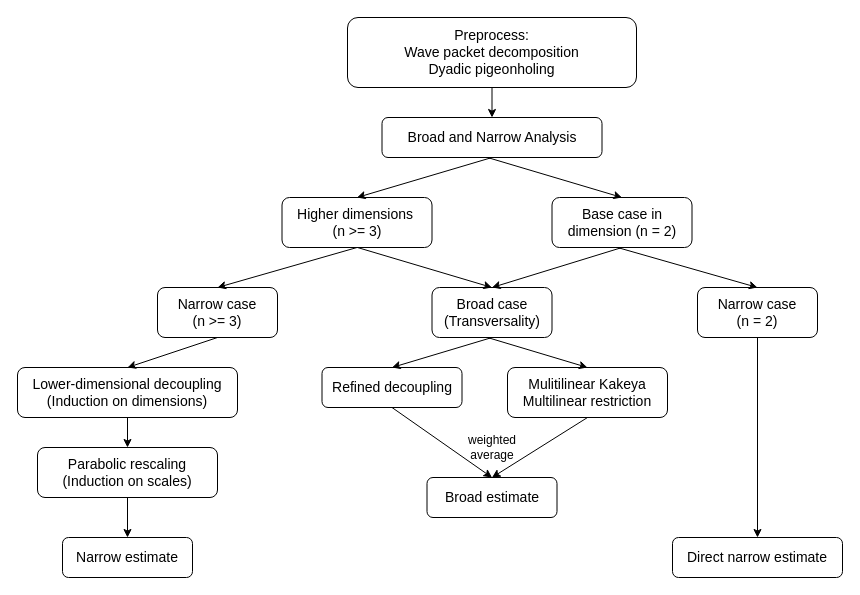
lucid-sleepwalker/CPSC-210-Diagram keeps this draw.io diagram as Untitled Diagram.drawio. Above is the earlier version. Source tidied: cells renumbered, new cells numbered last; positions are measured from the earlier drawing's top-left corner, leaving out a move shared by most shapes. Both pictures are drawn from the tidied source at 100%, with x=0, y=0 at pixel (17, 17).
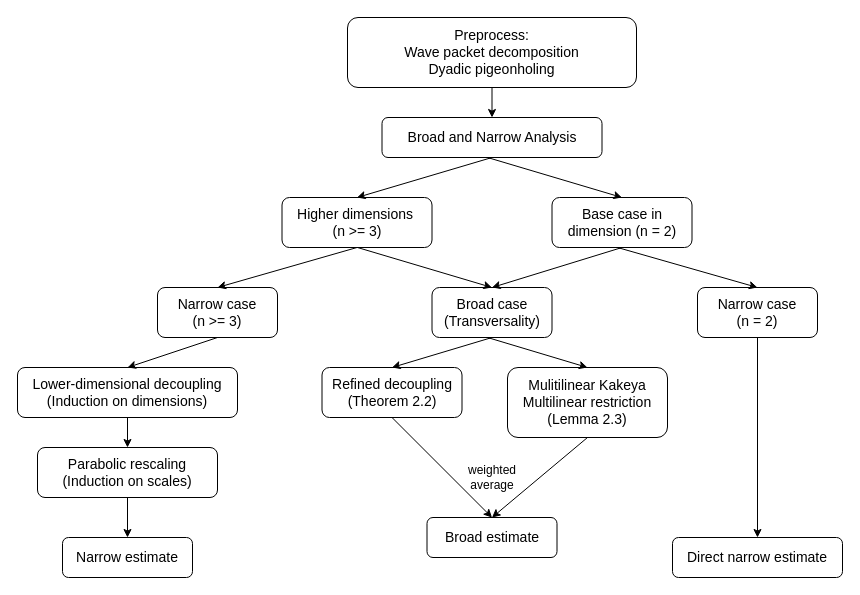
The same page after the edit.

Diff of the diagram source:
```diff
@@
-    <mxCell id="16" value="&lt;font style=&quot;font-size: 14px;&quot;&gt;Mulitilinear Kakeya&lt;/font&gt;&lt;div&gt;&lt;font style=&quot;font-size: 14px;&quot;&gt;Multilinear restriction&lt;/font&gt;&lt;/div&gt;" style="rounded=1;whiteSpace=wrap;html=1;" parent="1" vertex="1">
-      <mxGeometry x="490" y="350" width="160" height="50" as="geometry" />
+    <mxCell id="16" value="&lt;font style=&quot;font-size: 14px;&quot;&gt;Mulitilinear Kakeya&lt;/font&gt;&lt;div&gt;&lt;font style=&quot;font-size: 14px;&quot;&gt;Multilinear restriction&lt;/font&gt;&lt;/div&gt;&lt;div&gt;&lt;font style=&quot;font-size: 14px;&quot;&gt;(Lemma 2.3)&lt;/font&gt;&lt;/div&gt;" style="rounded=1;whiteSpace=wrap;html=1;" parent="1" vertex="1">
+      <mxGeometry x="490" y="350" width="160" height="70" as="geometry" />
     </mxCell>
-    <mxCell id="17" value="&lt;font style=&quot;font-size: 14px;&quot;&gt;Refined decoupling&lt;/font&gt;" style="rounded=1;whiteSpace=wrap;html=1;" parent="1" vertex="1">
-      <mxGeometry x="304.5" y="350" width="140" height="40" as="geometry" />
+    <mxCell id="17" value="&lt;font style=&quot;font-size: 14px;&quot;&gt;Refined decoupling&lt;/font&gt;&lt;div&gt;&lt;font style=&quot;font-size: 14px;&quot;&gt;(Theorem 2.2)&lt;/font&gt;&lt;/div&gt;" style="rounded=1;whiteSpace=wrap;html=1;" parent="1" vertex="1">
+      <mxGeometry x="304.5" y="350" width="140" height="50" as="geometry" />
     </mxCell>
@@
     <mxCell id="25" value="&lt;font style=&quot;font-size: 14px;&quot;&gt;Broad estimate&lt;/font&gt;" style="rounded=1;whiteSpace=wrap;html=1;" parent="1" vertex="1">
-      <mxGeometry x="409.5" y="460" width="130" height="40" as="geometry" />
+      <mxGeometry x="409.5" y="500" width="130" height="40" as="geometry" />
     </mxCell>
@@
     <mxCell id="28" value="weighted average" style="text;html=1;whiteSpace=wrap;strokeColor=none;fillColor=none;align=center;verticalAlign=middle;rounded=0;" parent="1" vertex="1">
-      <mxGeometry x="444.5" y="410" width="60" height="40" as="geometry" />
+      <mxGeometry x="444.5" y="440" width="60" height="40" as="geometry" />
     </mxCell>
```
